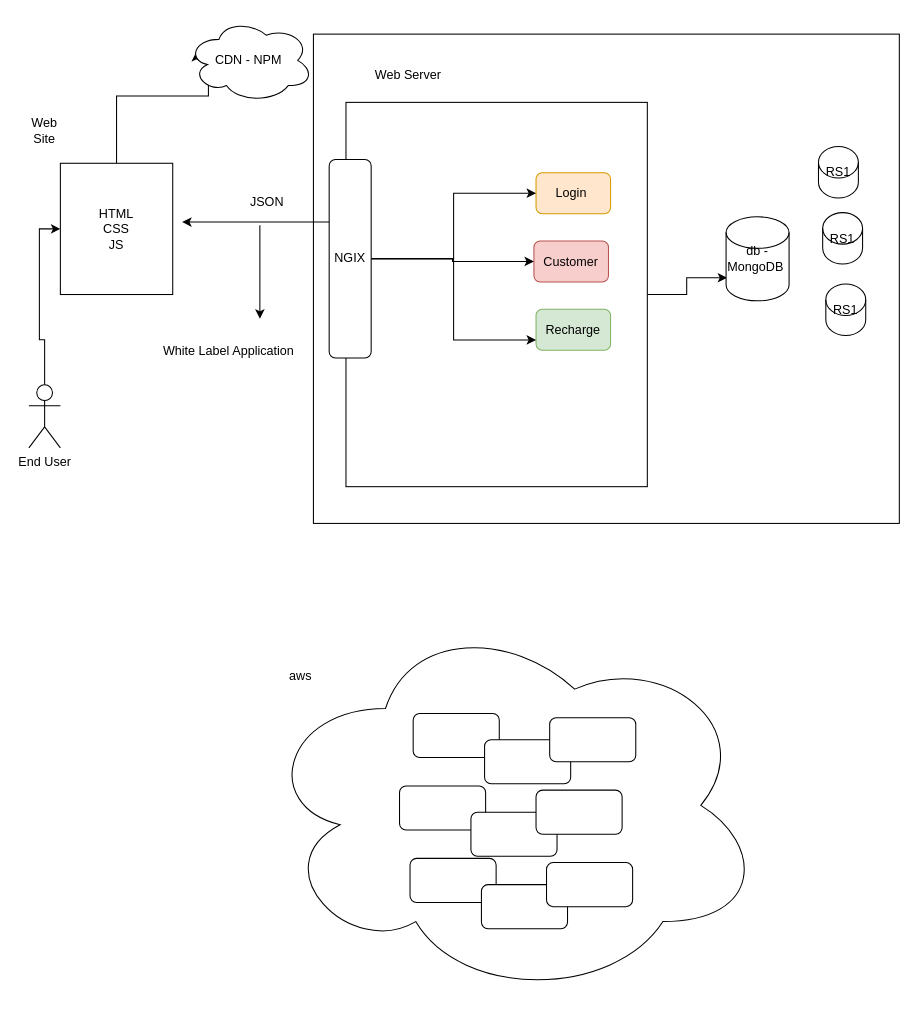
Earlier version of the draw.io diagram notes/Internet Arch.drawio (adithnaveen/telstra-freshers-aug-2020). Source tidied: cells renumbered, new cells numbered last; positions are measured from the earlier drawing's top-left corner, leaving out a move shared by most shapes. Both pictures are drawn from the tidied source at 105%, with x=0, y=0 at pixel (23, 18).
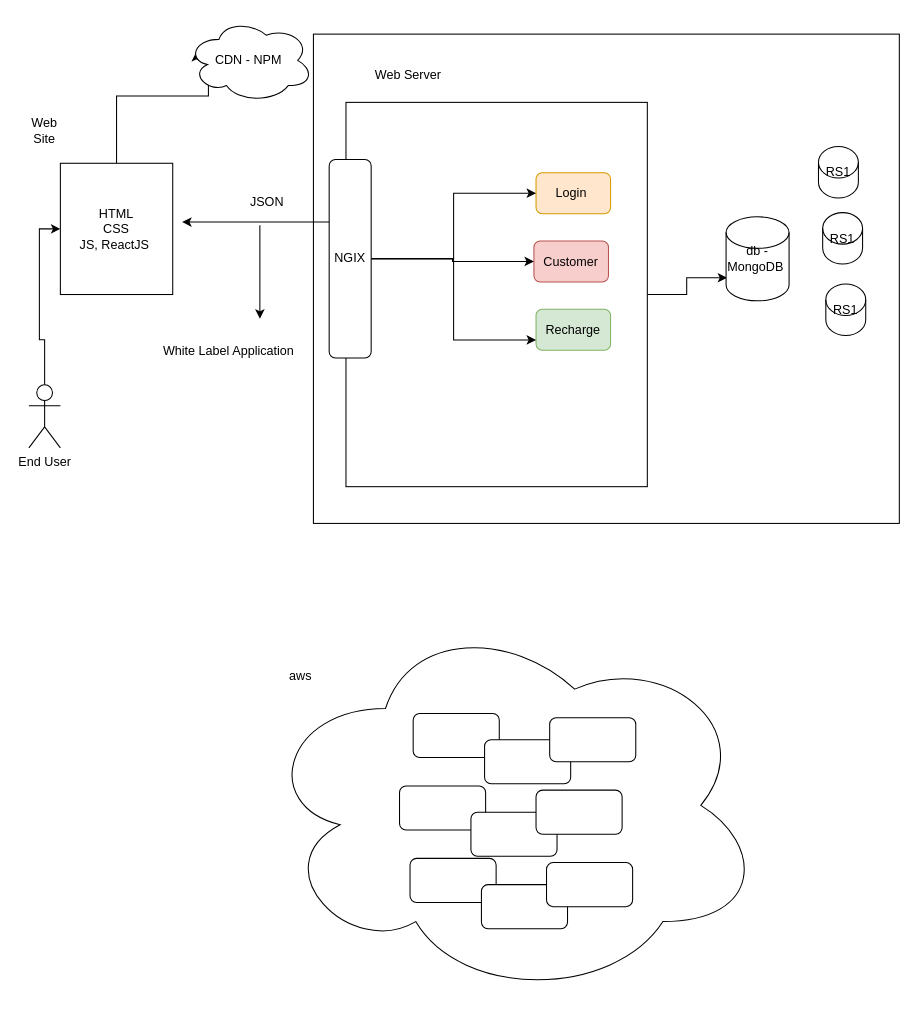
Above is the later version.

Change to the diagram source:
```diff
@@
-    <mxCell id="6" value="HTML&lt;br&gt;CSS&lt;br&gt;JS" style="rounded=0;whiteSpace=wrap;html=1;" parent="1" vertex="1">
+    <mxCell id="6" value="HTML&lt;br&gt;CSS&lt;br&gt;JS, ReactJS&amp;nbsp;" style="rounded=0;whiteSpace=wrap;html=1;" parent="1" vertex="1">
       <mxGeometry x="35" y="138" width="107" height="125" as="geometry" />
     </mxCell>
```
